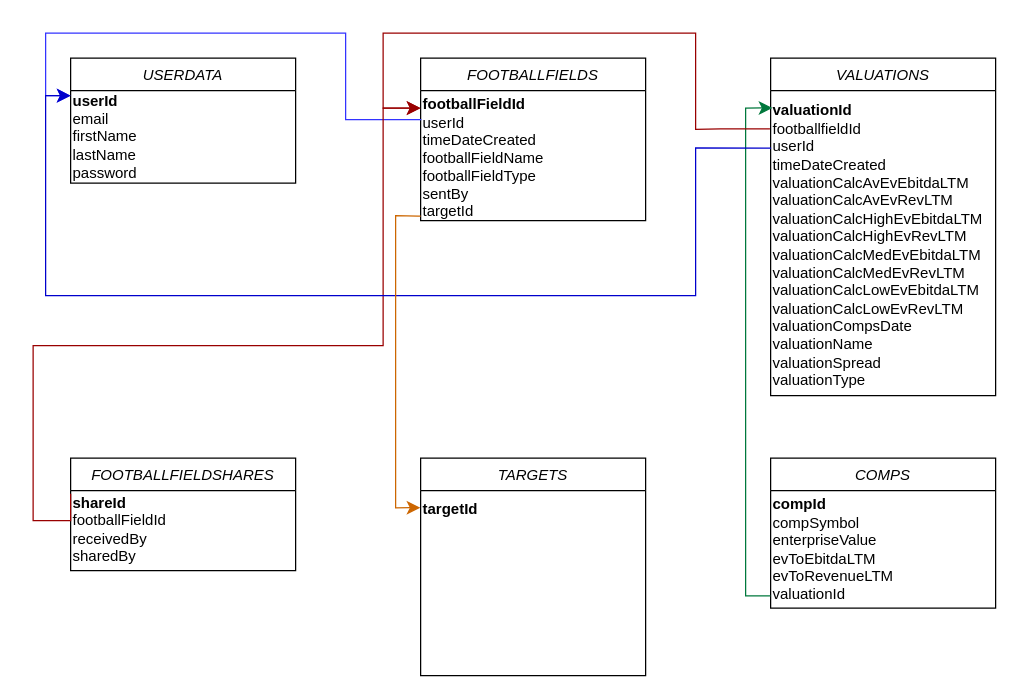
This is page "Page-1" (1 of 2) of backend/schemas/database-schema.drawio from zenmaee/workshopfinance, a draw.io file, before an edit. Source tidied: cells renumbered, new cells numbered last; positions are measured from the earlier drawing's top-left corner, leaving out a move shared by most shapes. Both pictures are drawn from the tidied source at 125%, with x=0, y=0 at pixel (32, 32).
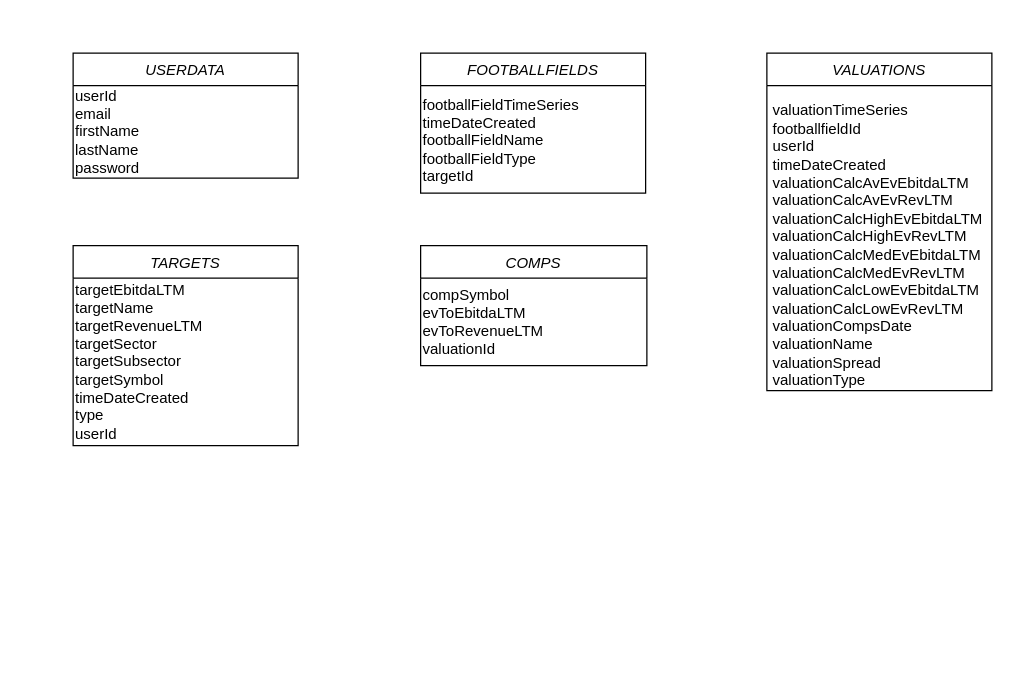
The same page after the edit.

Commit message (it also covers changes not shown here):
objects logic

Change to the diagram source:
```diff
@@
     <mxCell id="2" value="USERDATA" style="swimlane;fontStyle=2;align=center;verticalAlign=top;horizontal=1;startSize=26;rounded=0;shadow=0;strokeWidth=1;" parent="1" vertex="1">
-      <mxGeometry x="30" y="20" width="180" height="100" as="geometry" />
+      <mxGeometry x="32" y="16" width="180" height="100" as="geometry" />
     </mxCell>
-    <mxCell id="3" value="&lt;b&gt;userId&lt;br&gt;&lt;div style=&quot;&quot;&gt;&lt;span style=&quot;background-color: initial; font-weight: normal;&quot;&gt;email&lt;/span&gt;&lt;/div&gt;&lt;/b&gt;firstName&lt;br&gt;lastName&lt;br&gt;password" style="text;strokeColor=none;align=left;fillColor=none;html=1;verticalAlign=middle;whiteSpace=wrap;rounded=0;" parent="2" vertex="1">
+    <mxCell id="3" value="userId&lt;br&gt;&lt;div style=&quot;font-weight: bold;&quot;&gt;&lt;span style=&quot;background-color: initial; font-weight: normal;&quot;&gt;email&lt;/span&gt;&lt;/div&gt;firstName&lt;br&gt;lastName&lt;br&gt;password" style="text;strokeColor=none;align=left;fillColor=none;html=1;verticalAlign=middle;whiteSpace=wrap;rounded=0;" parent="2" vertex="1">
       <mxGeometry y="26" width="180" height="74" as="geometry" />
     </mxCell>
     <mxCell id="4" value="TARGETS" style="swimlane;fontStyle=2;align=center;verticalAlign=top;horizontal=1;startSize=26;rounded=0;shadow=0;strokeWidth=1;" parent="1" vertex="1">
-      <mxGeometry x="310" y="340" width="180" height="174" as="geometry" />
+      <mxGeometry x="32" y="170" width="180" height="160" as="geometry" />
     </mxCell>
-    <mxCell id="5" value="&lt;b style=&quot;font-size: 12px;&quot;&gt;&lt;font color=&quot;#000000&quot; style=&quot;font-size: 12px;&quot;&gt;targetId&lt;/font&gt;&lt;br style=&quot;font-size: 12px;&quot;&gt;&lt;/b&gt;" style="text;strokeColor=none;align=left;fillColor=none;html=1;verticalAlign=middle;whiteSpace=wrap;rounded=0;fontSize=12;fontFamily=Helvetica;fontColor=#3333FF;" parent="4" vertex="1">
-      <mxGeometry y="26" width="180" height="30" as="geometry" />
+    <mxCell id="5" value="&lt;span style=&quot;font-size: 12px;&quot;&gt;&lt;font color=&quot;#000000&quot;&gt;targetEbitdaLTM&lt;br&gt;targetName&lt;br&gt;targetRevenueLTM&lt;br&gt;targetSector&lt;br&gt;targetSubsector&lt;br&gt;targetSymbol&lt;br&gt;timeDateCreated&lt;br&gt;type&lt;br&gt;userId&lt;/font&gt;&lt;br style=&quot;font-size: 12px;&quot;&gt;&lt;/span&gt;" style="text;strokeColor=none;align=left;fillColor=none;html=1;verticalAlign=middle;whiteSpace=wrap;rounded=0;fontSize=12;fontFamily=Helvetica;fontColor=#3333FF;" parent="4" vertex="1">
+      <mxGeometry y="26" width="180" height="134" as="geometry" />
     </mxCell>
     <mxCell id="6" value="FOOTBALLFIELDS" style="swimlane;fontStyle=2;align=center;verticalAlign=top;horizontal=1;startSize=26;rounded=0;shadow=0;strokeWidth=1;" parent="1" vertex="1">
-      <mxGeometry x="310" y="20" width="180" height="130" as="geometry" />
+      <mxGeometry x="310" y="16" width="180" height="112" as="geometry" />
     </mxCell>
-    <mxCell id="7" value="FOOTBALLFIELDSHARES" style="swimlane;fontStyle=2;align=center;verticalAlign=top;horizontal=1;startSize=26;rounded=0;shadow=0;strokeWidth=1;" parent="1" vertex="1">
-      <mxGeometry x="30" y="340" width="180" height="90" as="geometry" />
-    </mxCell>
     <mxCell id="8" value="VALUATIONS" style="swimlane;fontStyle=2;align=center;verticalAlign=top;horizontal=1;startSize=26;rounded=0;shadow=0;strokeWidth=1;" parent="1" vertex="1">
-      <mxGeometry x="590" y="20" width="180" height="270" as="geometry" />
+      <mxGeometry x="587" y="16" width="180" height="270" as="geometry" />
     </mxCell>
     <mxCell id="9" value="COMPS" style="swimlane;fontStyle=2;align=center;verticalAlign=top;horizontal=1;startSize=26;rounded=0;shadow=0;strokeWidth=1;" parent="1" vertex="1">
-      <mxGeometry x="590" y="340" width="180" height="120" as="geometry" />
+      <mxGeometry x="310" y="170" width="181" height="96" as="geometry" />
     </mxCell>
-    <mxCell id="10" value="&lt;b&gt;compId&lt;/b&gt;&lt;br&gt;compSymbol&lt;br&gt;enterpriseValue&lt;br&gt;evToEbitdaLTM&lt;br&gt;evToRevenueLTM&lt;br&gt;&lt;div style=&quot;&quot;&gt;&lt;span style=&quot;background-color: initial;&quot;&gt;valuationId&lt;/span&gt;&lt;/div&gt;" style="text;strokeColor=none;align=left;fillColor=none;html=1;verticalAlign=middle;whiteSpace=wrap;rounded=0;" parent="9" vertex="1">
-      <mxGeometry y="26" width="180" height="94" as="geometry" />
+    <mxCell id="10" value="compSymbol&lt;br&gt;evToEbitdaLTM&lt;br&gt;evToRevenueLTM&lt;br&gt;&lt;div style=&quot;&quot;&gt;&lt;span style=&quot;background-color: initial;&quot;&gt;valuationId&lt;/span&gt;&lt;/div&gt;" style="text;strokeColor=none;align=left;fillColor=none;html=1;verticalAlign=middle;whiteSpace=wrap;rounded=0;" parent="9" vertex="1">
+      <mxGeometry y="26" width="181" height="70" as="geometry" />
     </mxCell>
-    <mxCell id="11" value="&lt;b&gt;shareId&lt;/b&gt;&lt;br&gt;footballFieldId&lt;br&gt;receivedBy&lt;br&gt;sharedBy" style="text;strokeColor=none;align=left;fillColor=none;html=1;verticalAlign=middle;whiteSpace=wrap;rounded=0;" parent="1" vertex="1">
-      <mxGeometry x="30" y="340" width="160" height="114" as="geometry" />
-    </mxCell>
-    <mxCell id="12" style="edgeStyle=segmentEdgeStyle;endArrow=classic;html=1;curved=0;rounded=0;endSize=8;startSize=8;exitX=-0.001;exitY=0.896;exitDx=0;exitDy=0;exitPerimeter=0;strokeColor=#00783C;entryX=0.008;entryY=0.098;entryDx=0;entryDy=0;entryPerimeter=0;" parent="1" edge="1" source="10" target="20">
-      <mxGeometry relative="1" as="geometry">
-        <Array as="points">
-          <mxPoint x="570" y="450" />
-          <mxPoint x="570" y="60" />
-        </Array>
-      </mxGeometry>
-    </mxCell>
+    <mxCell id="22" style="edgeStyle=orthogonalEdgeStyle;rounded=0;orthogonalLoop=1;jettySize=auto;html=1;exitX=0.5;exitY=1;exitDx=0;exitDy=0;" parent="9" edge="1" source="10" target="10">
+      <mxGeometry relative="1" as="geometry" />
+    </mxCell>
-    <mxCell id="13" value="&lt;b&gt;footballFieldId&lt;/b&gt;&lt;br&gt;userId&lt;br&gt;timeDateCreated&lt;br&gt;footballFieldName&lt;br&gt;footballFieldType&lt;br&gt;sentBy&lt;br&gt;&lt;div style=&quot;&quot;&gt;&lt;span style=&quot;background-color: initial;&quot;&gt;targetId&lt;/span&gt;&lt;/div&gt;" style="text;strokeColor=none;align=left;fillColor=none;html=1;verticalAlign=middle;whiteSpace=wrap;rounded=0;" parent="1" vertex="1">
-      <mxGeometry x="310" y="50" width="180" height="100" as="geometry" />
+    <mxCell id="13" value="footballFieldTimeSeries&lt;br&gt;timeDateCreated&lt;br&gt;footballFieldName&lt;br&gt;footballFieldType&lt;br&gt;&lt;span style=&quot;background-color: initial;&quot;&gt;targetId&lt;/span&gt;" style="text;strokeColor=none;align=left;fillColor=none;html=1;verticalAlign=middle;whiteSpace=wrap;rounded=0;" parent="1" vertex="1">
+      <mxGeometry x="310" y="50" width="180" height="72" as="geometry" />
     </mxCell>
@@
-    <mxCell id="15" style="edgeStyle=segmentEdgeStyle;endArrow=classic;html=1;curved=0;rounded=0;endSize=8;startSize=8;exitX=0.003;exitY=0.192;exitDx=0;exitDy=0;exitPerimeter=0;fontColor=#3333FF;labelBorderColor=#0000CC;strokeColor=#3333FF;" parent="1" edge="1" source="13">
-      <mxGeometry relative="1" as="geometry">
-        <mxPoint x="30" y="50" as="targetPoint" />
-        <Array as="points">
-          <mxPoint x="250" y="69" />
-          <mxPoint x="250" />
-          <mxPoint x="10" />
-          <mxPoint x="10" y="50" />
-        </Array>
-      </mxGeometry>
-    </mxCell>
-    <mxCell id="16" style="edgeStyle=segmentEdgeStyle;endArrow=classic;html=1;curved=0;rounded=0;endSize=8;startSize=8;exitX=-0.003;exitY=0.159;exitDx=0;exitDy=0;exitPerimeter=0;entryX=-0.001;entryY=0.099;entryDx=0;entryDy=0;entryPerimeter=0;strokeColor=#990000;" parent="1" edge="1" source="20" target="13">
-      <mxGeometry relative="1" as="geometry">
-        <Array as="points">
-          <mxPoint x="550" y="77" />
-          <mxPoint x="530" y="77" />
-          <mxPoint x="530" />
-          <mxPoint x="280" />
-          <mxPoint x="280" y="60" />
-        </Array>
-      </mxGeometry>
-    </mxCell>
-    <mxCell id="17" style="edgeStyle=segmentEdgeStyle;endArrow=classic;html=1;curved=0;rounded=0;endSize=8;startSize=8;exitX=0;exitY=0.25;exitDx=0;exitDy=0;strokeColor=#990000;" parent="1" edge="1" source="11">
-      <mxGeometry relative="1" as="geometry">
-        <mxPoint x="310" y="60" as="targetPoint" />
-        <Array as="points">
-          <mxPoint x="30" y="390" />
-          <mxPoint y="390" />
-          <mxPoint y="250" />
-          <mxPoint x="280" y="250" />
-          <mxPoint x="280" y="60" />
-        </Array>
-      </mxGeometry>
-    </mxCell>
-    <mxCell id="18" style="edgeStyle=segmentEdgeStyle;endArrow=classic;html=1;curved=0;rounded=0;endSize=8;startSize=8;exitX=0.002;exitY=0.215;exitDx=0;exitDy=0;exitPerimeter=0;strokeColor=#0000CC;" parent="1" edge="1" source="20">
-      <mxGeometry relative="1" as="geometry">
-        <mxPoint x="30" y="50" as="targetPoint" />
-        <Array as="points">
-          <mxPoint x="530" y="92" />
-          <mxPoint x="530" y="210" />
-          <mxPoint x="10" y="210" />
-          <mxPoint x="10" y="50" />
-        </Array>
-      </mxGeometry>
-    </mxCell>
-    <mxCell id="19" style="edgeStyle=segmentEdgeStyle;endArrow=classic;html=1;curved=0;rounded=0;endSize=8;startSize=8;entryX=-0.001;entryY=0.455;entryDx=0;entryDy=0;entryPerimeter=0;strokeColor=#CC6600;startArrow=none;exitX=0;exitY=0.963;exitDx=0;exitDy=0;exitPerimeter=0;" parent="1" edge="1" source="13" target="5">
-      <mxGeometry relative="1" as="geometry">
-        <Array as="points">
-          <mxPoint x="308" y="146" />
-          <mxPoint x="290" y="146" />
-          <mxPoint x="290" y="380" />
-        </Array>
-      </mxGeometry>
-    </mxCell>
-    <mxCell id="20" value="&lt;b&gt;valuationId&lt;/b&gt;&lt;br&gt;footballfieldId&lt;br&gt;userId&lt;br&gt;timeDateCreated&lt;br&gt;valuationCalcAvEvEbitdaLTM&lt;br&gt;valuationCalcAvEvRevLTM&lt;br&gt;valuationCalcHighEvEbitdaLTM&lt;br&gt;valuationCalcHighEvRevLTM&lt;br&gt;valuationCalcMedEvEbitdaLTM&lt;br&gt;valuationCalcMedEvRevLTM&lt;br&gt;valuationCalcLowEvEbitdaLTM&lt;br&gt;valuationCalcLowEvRevLTM&lt;br&gt;valuationCompsDate&lt;br&gt;valuationName&lt;br&gt;valuationSpread&lt;br&gt;valuationType" style="text;strokeColor=none;align=left;fillColor=none;html=1;verticalAlign=middle;whiteSpace=wrap;rounded=0;" parent="1" vertex="1">
+    <mxCell id="20" value="valuationTimeSeries&lt;br&gt;footballfieldId&lt;br&gt;userId&lt;br&gt;timeDateCreated&lt;br&gt;valuationCalcAvEvEbitdaLTM&lt;br&gt;valuationCalcAvEvRevLTM&lt;br&gt;valuationCalcHighEvEbitdaLTM&lt;br&gt;valuationCalcHighEvRevLTM&lt;br&gt;valuationCalcMedEvEbitdaLTM&lt;br&gt;valuationCalcMedEvRevLTM&lt;br&gt;valuationCalcLowEvEbitdaLTM&lt;br&gt;valuationCalcLowEvRevLTM&lt;br&gt;valuationCompsDate&lt;br&gt;valuationName&lt;br&gt;valuationSpread&lt;br&gt;valuationType" style="text;strokeColor=none;align=left;fillColor=none;html=1;verticalAlign=middle;whiteSpace=wrap;rounded=0;" parent="1" vertex="1">
       <mxGeometry x="590" y="33" width="180" height="274" as="geometry" />
     </mxCell>
```
